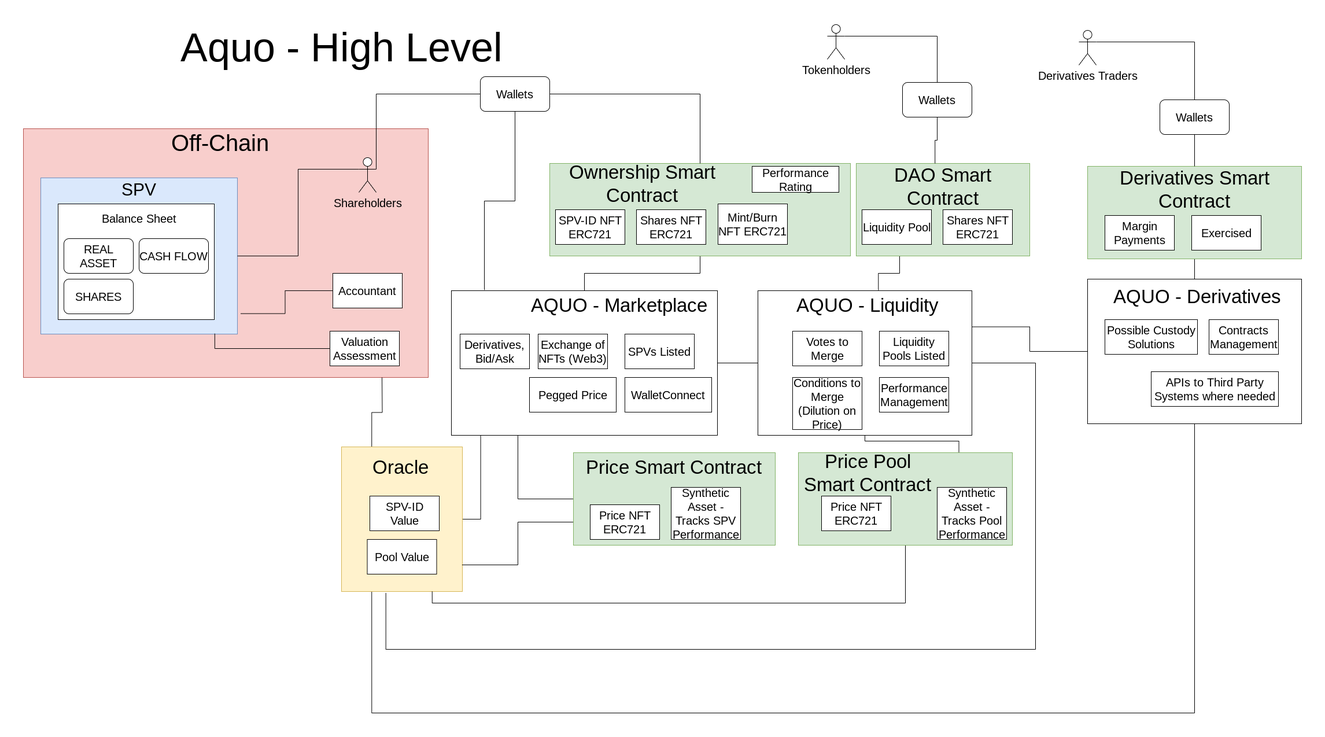
Above: public/realasset1.png in cryptotrader2023/aquo (draw.io), before the change. Source tidied: cells renumbered, new cells last; positions are measured from the earlier drawing's top-left corner, leaving out a move shared by most shapes.
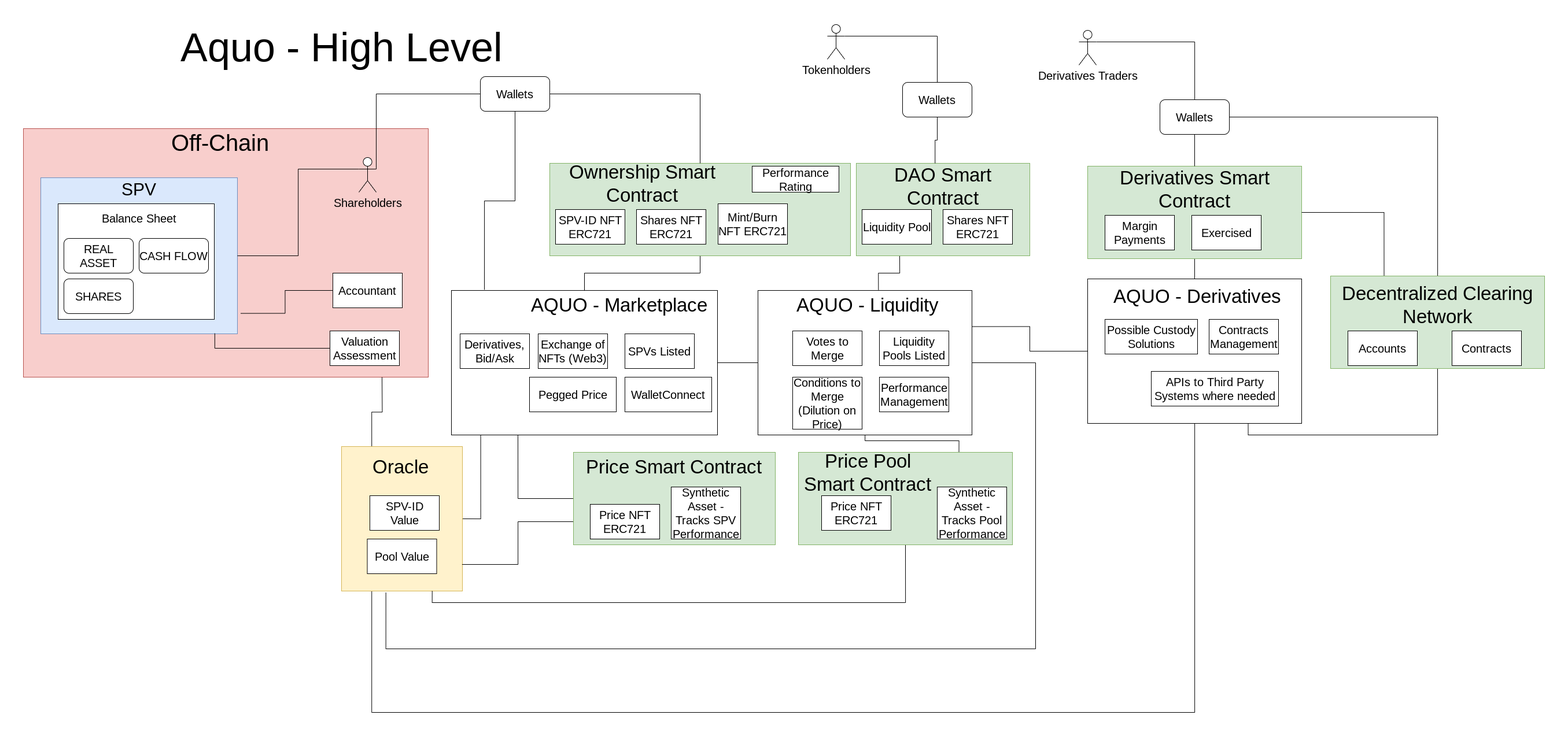
Above is the later version.

Commit message:
real asset

real asset

The edit, as a diff of the source:
```diff
@@ -232,6 +232,9 @@
     <mxCell id="72" value="&lt;font style=&quot;font-size: 20px;&quot;&gt;Derivatives, Bid/Ask&lt;/font&gt;" style="rounded=0;whiteSpace=wrap;html=1;" parent="1" vertex="1">
       <mxGeometry x="755" y="535" width="120" height="60" as="geometry" />
     </mxCell>
+    <mxCell id="88" style="edgeStyle=orthogonalEdgeStyle;rounded=0;jettySize=auto;html=1;exitX=0.75;exitY=1;exitDx=0;exitDy=0;entryX=0.5;entryY=1;entryDx=0;entryDy=0;endArrow=none;endFill=0;" parent="1" edge="1" source="73" target="91">
+      <mxGeometry relative="1" as="geometry" />
+    </mxCell>
     <mxCell id="73" style="rounded=0;whiteSpace=wrap;html=1;" parent="1" vertex="1">
       <mxGeometry x="1840" y="440" width="370" height="250" as="geometry" />
     </mxCell>
@@ -265,6 +268,9 @@
     <mxCell id="83" style="edgeStyle=orthogonalEdgeStyle;rounded=0;jettySize=auto;html=1;exitX=0.5;exitY=1;exitDx=0;exitDy=0;entryX=0.5;entryY=0;entryDx=0;entryDy=0;endArrow=none;endFill=0;" parent="1" edge="1" source="84" target="76">
       <mxGeometry relative="1" as="geometry" />
     </mxCell>
+    <mxCell id="89" style="edgeStyle=orthogonalEdgeStyle;rounded=0;jettySize=auto;html=1;exitX=1;exitY=0.5;exitDx=0;exitDy=0;endArrow=none;endFill=0;" parent="1" edge="1" source="84" target="91">
+      <mxGeometry relative="1" as="geometry" />
+    </mxCell>
     <mxCell id="84" value="&lt;font style=&quot;font-size: 20px;&quot;&gt;Wallets&lt;/font&gt;" style="rounded=1;whiteSpace=wrap;html=1;" parent="1" vertex="1">
       <mxGeometry x="1965" y="130" width="120" height="60" as="geometry" />
     </mxCell>
@@ -277,5 +283,20 @@
     <mxCell id="87" value="&lt;font style=&quot;font-size: 70px;&quot;&gt;Aquo - High Level&lt;/font&gt;" style="text;html=1;strokeColor=none;fillColor=none;align=center;verticalAlign=middle;whiteSpace=wrap;rounded=0;" parent="1" vertex="1">
       <mxGeometry x="210" y="25" width="680" height="30" as="geometry" />
     </mxCell>
+    <mxCell id="90" style="edgeStyle=orthogonalEdgeStyle;rounded=0;jettySize=auto;html=1;exitX=0.25;exitY=0;exitDx=0;exitDy=0;entryX=1;entryY=0.5;entryDx=0;entryDy=0;endArrow=none;endFill=0;" parent="1" edge="1" source="91" target="76">
+      <mxGeometry relative="1" as="geometry" />
+    </mxCell>
+    <mxCell id="91" style="rounded=0;whiteSpace=wrap;html=1;fillColor=#d5e8d4;strokeColor=#82b366;" parent="1" vertex="1">
+      <mxGeometry x="2260" y="435" width="370" height="160" as="geometry" />
+    </mxCell>
+    <mxCell id="92" value="&lt;font style=&quot;font-size: 33px;&quot;&gt;Decentralized Clearing Network&lt;/font&gt;" style="text;html=1;strokeColor=none;fillColor=none;align=center;verticalAlign=middle;whiteSpace=wrap;rounded=0;" parent="1" vertex="1">
+      <mxGeometry x="2275" y="470" width="340" height="30" as="geometry" />
+    </mxCell>
+    <mxCell id="93" value="&lt;span style=&quot;font-size: 20px;&quot;&gt;Accounts&lt;/span&gt;" style="rounded=0;whiteSpace=wrap;html=1;" parent="1" vertex="1">
+      <mxGeometry x="2290" y="530" width="120" height="60" as="geometry" />
+    </mxCell>
+    <mxCell id="94" value="&lt;span style=&quot;font-size: 20px;&quot;&gt;Contracts&lt;/span&gt;" style="rounded=0;whiteSpace=wrap;html=1;" parent="1" vertex="1">
+      <mxGeometry x="2470" y="530" width="120" height="60" as="geometry" />
+    </mxCell>
   </root>
 </mxGraphModel>
```
